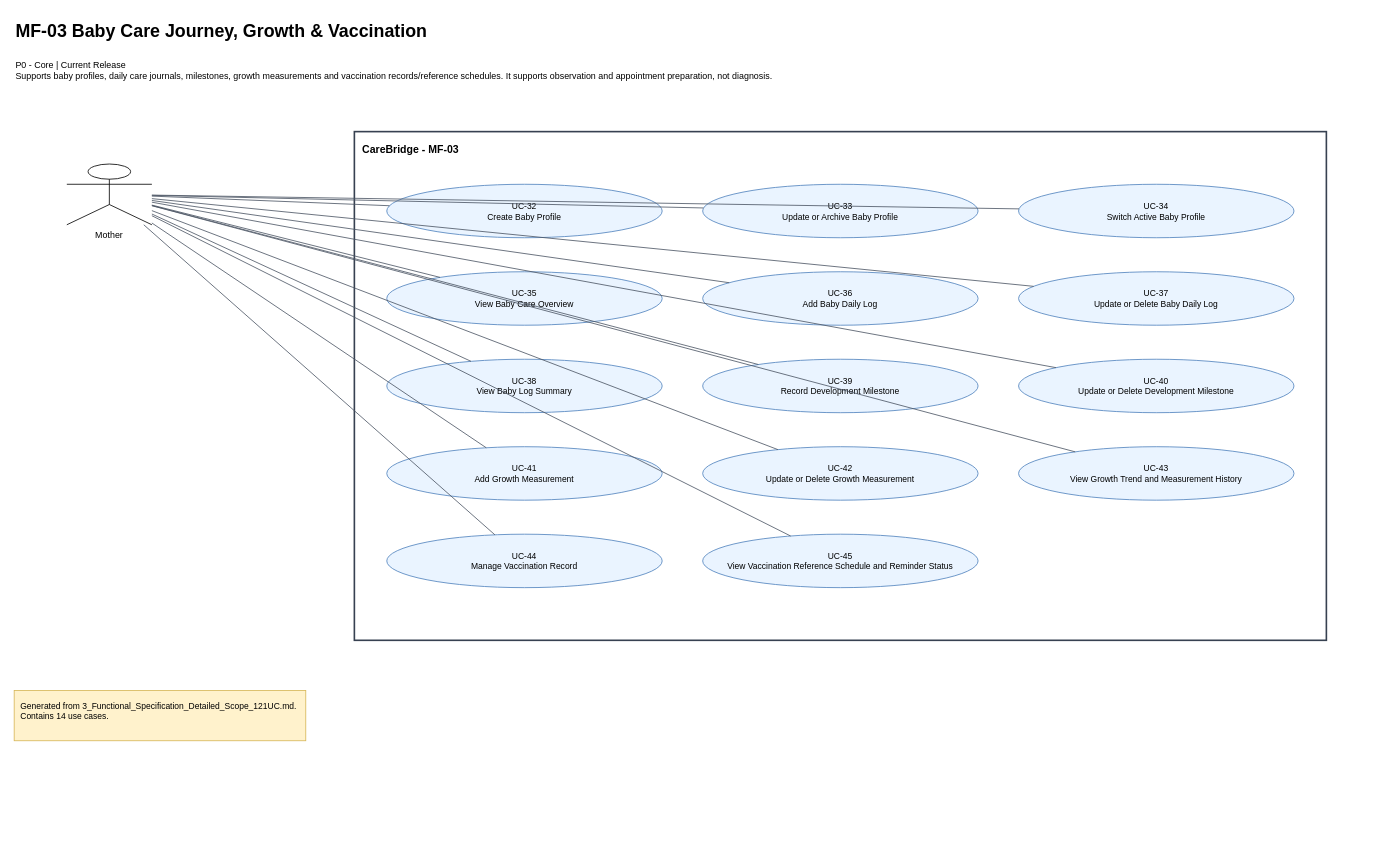
The draw.io diagram page "D-03. MF-03 Baby Care Journey, Growth & Vaccination" (3 of 14) of 02_Requirements/UseCase/CareBridge_Use_Case_Diagrams.drawio in ChuongBDHE172784/CareBridge_SEP490_G79, before the edit. Source tidied: cells renumbered, new cells numbered last; positions are measured from the earlier drawing's top-left corner, leaving out a move shared by most shapes. Both pictures are drawn from the tidied source at 81%, with x=0, y=0 at pixel (14, 14).
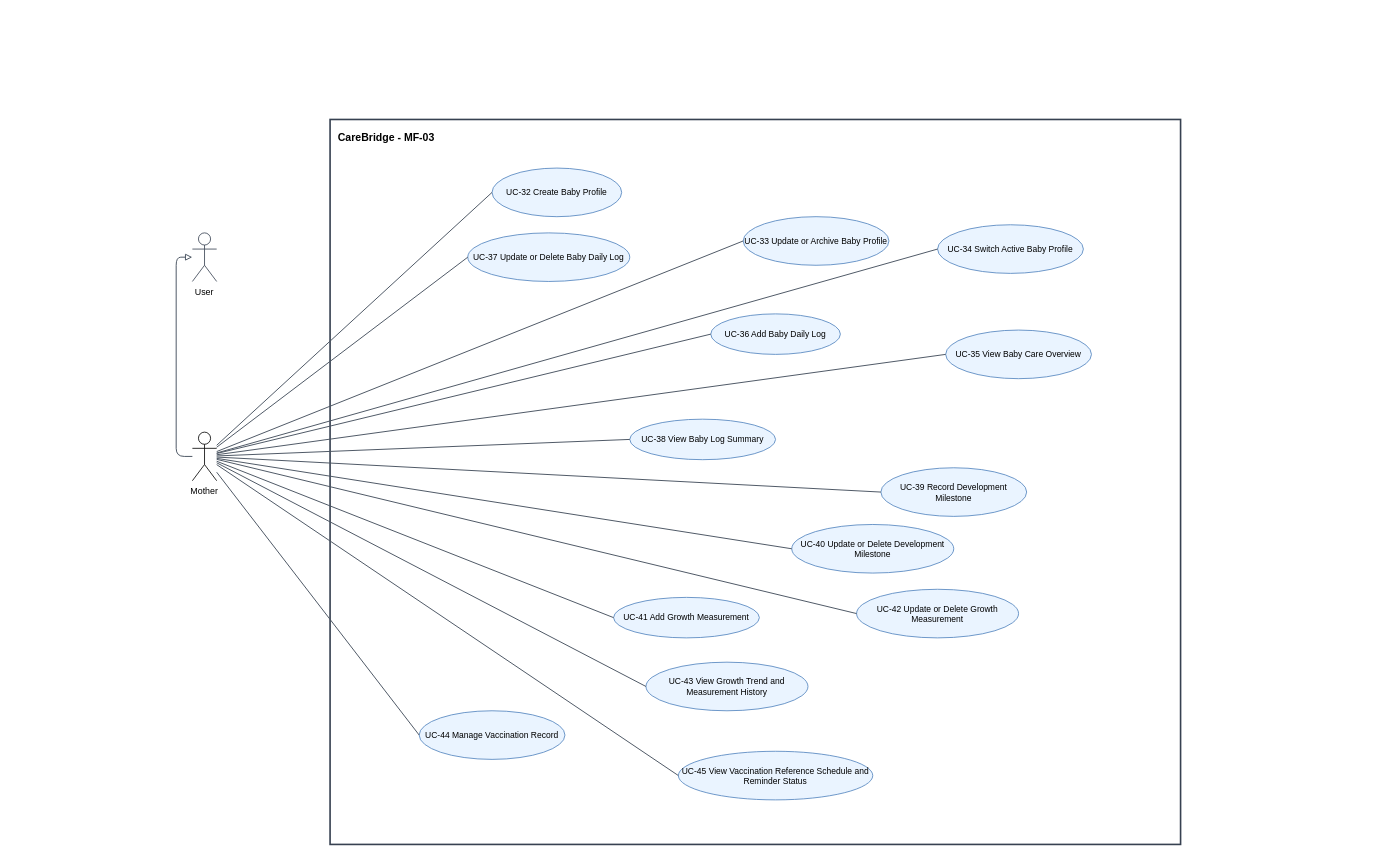
Above is the later version.

Change to the diagram source:
```diff
@@
-    <mxCell id="2" value="MF-03 Baby Care Journey, Growth &amp; Vaccination" style="text;html=1;strokeColor=none;fillColor=none;fontFamily=Arial;fontSize=22;fontStyle=1;align=left;verticalAlign=middle;" parent="1" vertex="1">
-      <mxGeometry width="1680" height="44" as="geometry" />
-    </mxCell>
-    <mxCell id="3" value="P0 - Core | Current Release&#10;Supports baby profiles, daily care journals, milestones, growth measurements and vaccination records/reference schedules. It supports observation and appointment preparation, not diagnosis." style="text;html=1;strokeColor=none;fillColor=none;fontFamily=Arial;fontSize=11;align=left;verticalAlign=top;whiteSpace=wrap;" parent="1" vertex="1">
-      <mxGeometry y="50" width="1680" height="62" as="geometry" />
-    </mxCell>
     <mxCell id="4" value="CareBridge - MF-03" style="rounded=0;whiteSpace=wrap;html=1;fillColor=none;strokeColor=#374151;strokeWidth=2;fontFamily=Arial;fontSize=13;fontStyle=1;align=left;verticalAlign=top;spacing=10;" parent="1" vertex="1">
-      <mxGeometry x="420" y="145" width="1200" height="628" as="geometry" />
+      <mxGeometry x="390" y="130" width="1050" height="895" as="geometry" />
     </mxCell>
-    <mxCell id="5" value="Generated from 3_Functional_Specification_Detailed_Scope_121UC.md. Contains 14 use cases." style="rounded=0;whiteSpace=wrap;html=1;fillColor=#FFF2CC;strokeColor=#D6B656;fontFamily=Arial;fontSize=10.5;align=left;verticalAlign=top;spacing=8;" parent="1" vertex="1">
-      <mxGeometry y="835" width="360" height="62" as="geometry" />
-    </mxCell>
-    <mxCell id="6" value="Mother" style="shape=umlActor;verticalLabelPosition=bottom;verticalAlign=top;html=1;outlineConnect=0;whiteSpace=wrap;fontFamily=Arial;fontSize=11;align=center;" parent="1" vertex="1">
-      <mxGeometry x="65" y="185" width="105" height="75" as="geometry" />
-    </mxCell>
-    <mxCell id="7" value="UC-32&#10;Create Baby Profile" style="ellipse;whiteSpace=wrap;html=1;fillColor=#EAF4FF;strokeColor=#4F81BD;strokeWidth=1;fontFamily=Arial;fontSize=10.5;align=center;verticalAlign=middle;" parent="1" vertex="1">
-      <mxGeometry x="460" y="210" width="340" height="66" as="geometry" />
+    <mxCell id="7" value="UC-32 Create Baby Profile" style="ellipse;whiteSpace=wrap;html=1;fillColor=#EAF4FF;strokeColor=#4F81BD;strokeWidth=1;fontFamily=Arial;fontSize=10.5;align=center;verticalAlign=middle;" parent="4" vertex="1">
+      <mxGeometry x="200" y="60" width="160" height="60" as="geometry" />
     </mxCell>
-    <mxCell id="8" value="UC-33&#10;Update or Archive Baby Profile" style="ellipse;whiteSpace=wrap;html=1;fillColor=#EAF4FF;strokeColor=#4F81BD;strokeWidth=1;fontFamily=Arial;fontSize=10.5;align=center;verticalAlign=middle;" parent="1" vertex="1">
-      <mxGeometry x="850" y="210" width="340" height="66" as="geometry" />
+    <mxCell id="8" value="UC-33 Update or Archive Baby Profile" style="ellipse;whiteSpace=wrap;html=1;fillColor=#EAF4FF;strokeColor=#4F81BD;strokeWidth=1;fontFamily=Arial;fontSize=10.5;align=center;verticalAlign=middle;" parent="4" vertex="1">
+      <mxGeometry x="510" y="120" width="180" height="60" as="geometry" />
     </mxCell>
-    <mxCell id="9" value="UC-34&#10;Switch Active Baby Profile" style="ellipse;whiteSpace=wrap;html=1;fillColor=#EAF4FF;strokeColor=#4F81BD;strokeWidth=1;fontFamily=Arial;fontSize=10.5;align=center;verticalAlign=middle;" parent="1" vertex="1">
-      <mxGeometry x="1240" y="210" width="340" height="66" as="geometry" />
+    <mxCell id="9" value="UC-34 Switch Active Baby Profile" style="ellipse;whiteSpace=wrap;html=1;fillColor=#EAF4FF;strokeColor=#4F81BD;strokeWidth=1;fontFamily=Arial;fontSize=10.5;align=center;verticalAlign=middle;" parent="4" vertex="1">
+      <mxGeometry x="750" y="130" width="180" height="60" as="geometry" />
     </mxCell>
-    <mxCell id="10" value="UC-35&#10;View Baby Care Overview" style="ellipse;whiteSpace=wrap;html=1;fillColor=#EAF4FF;strokeColor=#4F81BD;strokeWidth=1;fontFamily=Arial;fontSize=10.5;align=center;verticalAlign=middle;" parent="1" vertex="1">
-      <mxGeometry x="460" y="318" width="340" height="66" as="geometry" />
+    <mxCell id="10" value="UC-35 View Baby Care Overview" style="ellipse;whiteSpace=wrap;html=1;fillColor=#EAF4FF;strokeColor=#4F81BD;strokeWidth=1;fontFamily=Arial;fontSize=10.5;align=center;verticalAlign=middle;" parent="4" vertex="1">
+      <mxGeometry x="760" y="260" width="180" height="60" as="geometry" />
     </mxCell>
-    <mxCell id="11" value="UC-36&#10;Add Baby Daily Log" style="ellipse;whiteSpace=wrap;html=1;fillColor=#EAF4FF;strokeColor=#4F81BD;strokeWidth=1;fontFamily=Arial;fontSize=10.5;align=center;verticalAlign=middle;" parent="1" vertex="1">
-      <mxGeometry x="850" y="318" width="340" height="66" as="geometry" />
+    <mxCell id="11" value="UC-36 Add Baby Daily Log" style="ellipse;whiteSpace=wrap;html=1;fillColor=#EAF4FF;strokeColor=#4F81BD;strokeWidth=1;fontFamily=Arial;fontSize=10.5;align=center;verticalAlign=middle;" parent="4" vertex="1">
+      <mxGeometry x="470" y="240" width="160" height="50" as="geometry" />
     </mxCell>
-    <mxCell id="12" value="UC-37&#10;Update or Delete Baby Daily Log" style="ellipse;whiteSpace=wrap;html=1;fillColor=#EAF4FF;strokeColor=#4F81BD;strokeWidth=1;fontFamily=Arial;fontSize=10.5;align=center;verticalAlign=middle;" parent="1" vertex="1">
-      <mxGeometry x="1240" y="318" width="340" height="66" as="geometry" />
+    <mxCell id="12" value="UC-37 Update or Delete Baby Daily Log" style="ellipse;whiteSpace=wrap;html=1;fillColor=#EAF4FF;strokeColor=#4F81BD;strokeWidth=1;fontFamily=Arial;fontSize=10.5;align=center;verticalAlign=middle;" parent="4" vertex="1">
+      <mxGeometry x="170" y="140" width="200" height="60" as="geometry" />
     </mxCell>
-    <mxCell id="13" value="UC-38&#10;View Baby Log Summary" style="ellipse;whiteSpace=wrap;html=1;fillColor=#EAF4FF;strokeColor=#4F81BD;strokeWidth=1;fontFamily=Arial;fontSize=10.5;align=center;verticalAlign=middle;" parent="1" vertex="1">
-      <mxGeometry x="460" y="426" width="340" height="66" as="geometry" />
+    <mxCell id="13" value="UC-38 View Baby Log Summary" style="ellipse;whiteSpace=wrap;html=1;fillColor=#EAF4FF;strokeColor=#4F81BD;strokeWidth=1;fontFamily=Arial;fontSize=10.5;align=center;verticalAlign=middle;" parent="4" vertex="1">
+      <mxGeometry x="370" y="370" width="180" height="50" as="geometry" />
     </mxCell>
-    <mxCell id="14" value="UC-39&#10;Record Development Milestone" style="ellipse;whiteSpace=wrap;html=1;fillColor=#EAF4FF;strokeColor=#4F81BD;strokeWidth=1;fontFamily=Arial;fontSize=10.5;align=center;verticalAlign=middle;" parent="1" vertex="1">
-      <mxGeometry x="850" y="426" width="340" height="66" as="geometry" />
+    <mxCell id="14" value="UC-39 Record Development Milestone" style="ellipse;whiteSpace=wrap;html=1;fillColor=#EAF4FF;strokeColor=#4F81BD;strokeWidth=1;fontFamily=Arial;fontSize=10.5;align=center;verticalAlign=middle;" parent="4" vertex="1">
+      <mxGeometry x="680" y="430" width="180" height="60" as="geometry" />
     </mxCell>
-    <mxCell id="15" value="UC-40&#10;Update or Delete Development Milestone" style="ellipse;whiteSpace=wrap;html=1;fillColor=#EAF4FF;strokeColor=#4F81BD;strokeWidth=1;fontFamily=Arial;fontSize=10.5;align=center;verticalAlign=middle;" parent="1" vertex="1">
-      <mxGeometry x="1240" y="426" width="340" height="66" as="geometry" />
+    <mxCell id="15" value="UC-40 Update or Delete Development Milestone" style="ellipse;whiteSpace=wrap;html=1;fillColor=#EAF4FF;strokeColor=#4F81BD;strokeWidth=1;fontFamily=Arial;fontSize=10.5;align=center;verticalAlign=middle;" parent="4" vertex="1">
+      <mxGeometry x="570" y="500" width="200" height="60" as="geometry" />
     </mxCell>
-    <mxCell id="16" value="UC-41&#10;Add Growth Measurement" style="ellipse;whiteSpace=wrap;html=1;fillColor=#EAF4FF;strokeColor=#4F81BD;strokeWidth=1;fontFamily=Arial;fontSize=10.5;align=center;verticalAlign=middle;" parent="1" vertex="1">
-      <mxGeometry x="460" y="534" width="340" height="66" as="geometry" />
+    <mxCell id="16" value="UC-41 Add Growth Measurement" style="ellipse;whiteSpace=wrap;html=1;fillColor=#EAF4FF;strokeColor=#4F81BD;strokeWidth=1;fontFamily=Arial;fontSize=10.5;align=center;verticalAlign=middle;" parent="4" vertex="1">
+      <mxGeometry x="350" y="590" width="180" height="50" as="geometry" />
     </mxCell>
-    <mxCell id="17" value="UC-42&#10;Update or Delete Growth Measurement" style="ellipse;whiteSpace=wrap;html=1;fillColor=#EAF4FF;strokeColor=#4F81BD;strokeWidth=1;fontFamily=Arial;fontSize=10.5;align=center;verticalAlign=middle;" parent="1" vertex="1">
-      <mxGeometry x="850" y="534" width="340" height="66" as="geometry" />
+    <mxCell id="17" value="UC-42 Update or Delete Growth Measurement" style="ellipse;whiteSpace=wrap;html=1;fillColor=#EAF4FF;strokeColor=#4F81BD;strokeWidth=1;fontFamily=Arial;fontSize=10.5;align=center;verticalAlign=middle;" parent="4" vertex="1">
+      <mxGeometry x="650" y="580" width="200" height="60" as="geometry" />
     </mxCell>
-    <mxCell id="18" value="UC-43&#10;View Growth Trend and Measurement History" style="ellipse;whiteSpace=wrap;html=1;fillColor=#EAF4FF;strokeColor=#4F81BD;strokeWidth=1;fontFamily=Arial;fontSize=10.5;align=center;verticalAlign=middle;" parent="1" vertex="1">
-      <mxGeometry x="1240" y="534" width="340" height="66" as="geometry" />
+    <mxCell id="18" value="UC-43 View Growth Trend and Measurement History" style="ellipse;whiteSpace=wrap;html=1;fillColor=#EAF4FF;strokeColor=#4F81BD;strokeWidth=1;fontFamily=Arial;fontSize=10.5;align=center;verticalAlign=middle;" parent="4" vertex="1">
+      <mxGeometry x="390" y="670" width="200" height="60" as="geometry" />
     </mxCell>
-    <mxCell id="19" value="UC-44&#10;Manage Vaccination Record" style="ellipse;whiteSpace=wrap;html=1;fillColor=#EAF4FF;strokeColor=#4F81BD;strokeWidth=1;fontFamily=Arial;fontSize=10.5;align=center;verticalAlign=middle;" parent="1" vertex="1">
-      <mxGeometry x="460" y="642" width="340" height="66" as="geometry" />
+    <mxCell id="19" value="UC-44 Manage Vaccination Record" style="ellipse;whiteSpace=wrap;html=1;fillColor=#EAF4FF;strokeColor=#4F81BD;strokeWidth=1;fontFamily=Arial;fontSize=10.5;align=center;verticalAlign=middle;" parent="4" vertex="1">
+      <mxGeometry x="110" y="730" width="180" height="60" as="geometry" />
     </mxCell>
-    <mxCell id="20" value="UC-45&#10;View Vaccination Reference Schedule and Reminder Status" style="ellipse;whiteSpace=wrap;html=1;fillColor=#EAF4FF;strokeColor=#4F81BD;strokeWidth=1;fontFamily=Arial;fontSize=10.5;align=center;verticalAlign=middle;" parent="1" vertex="1">
-      <mxGeometry x="850" y="642" width="340" height="66" as="geometry" />
+    <mxCell id="20" value="UC-45 View Vaccination Reference Schedule and Reminder Status" style="ellipse;whiteSpace=wrap;html=1;fillColor=#EAF4FF;strokeColor=#4F81BD;strokeWidth=1;fontFamily=Arial;fontSize=10.5;align=center;verticalAlign=middle;" parent="4" vertex="1">
+      <mxGeometry x="430" y="780" width="240" height="60" as="geometry" />
     </mxCell>
+    <mxCell id="6" value="Mother" style="shape=umlActor;verticalLabelPosition=bottom;verticalAlign=top;html=1;outlineConnect=0;whiteSpace=wrap;fontFamily=Arial;fontSize=11;align=center;" parent="1" vertex="1">
+      <mxGeometry x="220" y="516" width="30" height="60" as="geometry" />
+    </mxCell>
-    <mxCell id="21" style="endArrow=none;html=1;rounded=0;strokeColor=#4B5563;fontFamily=Arial;fontSize=9;" parent="1" edge="1" source="6" target="7">
+    <mxCell id="21" style="endArrow=none;html=1;rounded=0;strokeColor=#4B5563;fontFamily=Arial;fontSize=9;entryX=0;strokeWidth=1.2;edgeStyle=none;jettySize=auto;entryDy=0;entryY=0.5;entryDx=0;" parent="1" edge="1" source="6" target="7">
       <mxGeometry relative="1" as="geometry" />
     </mxCell>
-    <mxCell id="22" style="endArrow=none;html=1;rounded=0;strokeColor=#4B5563;fontFamily=Arial;fontSize=9;" parent="1" edge="1" source="6" target="8">
+    <mxCell id="22" style="endArrow=none;html=1;rounded=0;strokeColor=#4B5563;fontFamily=Arial;fontSize=9;entryX=0;strokeWidth=1.2;edgeStyle=none;jettySize=auto;entryDy=0;entryY=0.5;entryDx=0;" parent="1" edge="1" source="6" target="8">
       <mxGeometry relative="1" as="geometry" />
     </mxCell>
-    <mxCell id="23" style="endArrow=none;html=1;rounded=0;strokeColor=#4B5563;fontFamily=Arial;fontSize=9;" parent="1" edge="1" source="6" target="9">
+    <mxCell id="23" style="endArrow=none;html=1;rounded=0;strokeColor=#4B5563;fontFamily=Arial;fontSize=9;entryX=0;strokeWidth=1.2;edgeStyle=none;jettySize=auto;entryDy=0;entryY=0.5;entryDx=0;" parent="1" edge="1" source="6" target="9">
       <mxGeometry relative="1" as="geometry" />
     </mxCell>
-    <mxCell id="24" style="endArrow=none;html=1;rounded=0;strokeColor=#4B5563;fontFamily=Arial;fontSize=9;" parent="1" edge="1" source="6" target="10">
+    <mxCell id="24" style="endArrow=none;html=1;rounded=0;strokeColor=#4B5563;fontFamily=Arial;fontSize=9;entryX=0;strokeWidth=1.2;edgeStyle=none;jettySize=auto;entryDy=0;entryY=0.5;entryDx=0;" parent="1" edge="1" source="6" target="10">
       <mxGeometry relative="1" as="geometry" />
     </mxCell>
-    <mxCell id="25" style="endArrow=none;html=1;rounded=0;strokeColor=#4B5563;fontFamily=Arial;fontSize=9;" parent="1" edge="1" source="6" target="11">
+    <mxCell id="25" style="endArrow=none;html=1;rounded=0;strokeColor=#4B5563;fontFamily=Arial;fontSize=9;entryX=0;strokeWidth=1.2;edgeStyle=none;jettySize=auto;entryDy=0;entryY=0.5;entryDx=0;" parent="1" edge="1" source="6" target="11">
       <mxGeometry relative="1" as="geometry" />
     </mxCell>
-    <mxCell id="26" style="endArrow=none;html=1;rounded=0;strokeColor=#4B5563;fontFamily=Arial;fontSize=9;" parent="1" edge="1" source="6" target="12">
+    <mxCell id="26" style="endArrow=none;html=1;rounded=0;strokeColor=#4B5563;fontFamily=Arial;fontSize=9;entryX=0;strokeWidth=1.2;edgeStyle=none;jettySize=auto;entryDy=0;entryY=0.5;entryDx=0;" parent="1" edge="1" source="6" target="12">
       <mxGeometry relative="1" as="geometry" />
     </mxCell>
-    <mxCell id="27" style="endArrow=none;html=1;rounded=0;strokeColor=#4B5563;fontFamily=Arial;fontSize=9;" parent="1" edge="1" source="6" target="13">
+    <mxCell id="27" style="endArrow=none;html=1;rounded=0;strokeColor=#4B5563;fontFamily=Arial;fontSize=9;entryX=0;strokeWidth=1.2;edgeStyle=none;jettySize=auto;entryDy=0;entryY=0.5;entryDx=0;" parent="1" edge="1" source="6" target="13">
       <mxGeometry relative="1" as="geometry" />
     </mxCell>
-    <mxCell id="28" style="endArrow=none;html=1;rounded=0;strokeColor=#4B5563;fontFamily=Arial;fontSize=9;" parent="1" edge="1" source="6" target="14">
+    <mxCell id="28" style="endArrow=none;html=1;rounded=0;strokeColor=#4B5563;fontFamily=Arial;fontSize=9;entryX=0;strokeWidth=1.2;edgeStyle=none;jettySize=auto;entryDy=0;entryY=0.5;entryDx=0;" parent="1" edge="1" source="6" target="14">
       <mxGeometry relative="1" as="geometry" />
     </mxCell>
-    <mxCell id="29" style="endArrow=none;html=1;rounded=0;strokeColor=#4B5563;fontFamily=Arial;fontSize=9;" parent="1" edge="1" source="6" target="15">
+    <mxCell id="29" style="endArrow=none;html=1;rounded=0;strokeColor=#4B5563;fontFamily=Arial;fontSize=9;entryX=0;strokeWidth=1.2;edgeStyle=none;jettySize=auto;entryDy=0;entryY=0.5;entryDx=0;" parent="1" edge="1" source="6" target="15">
       <mxGeometry relative="1" as="geometry" />
     </mxCell>
-    <mxCell id="30" style="endArrow=none;html=1;rounded=0;strokeColor=#4B5563;fontFamily=Arial;fontSize=9;" parent="1" edge="1" source="6" target="16">
+    <mxCell id="30" style="endArrow=none;html=1;rounded=0;strokeColor=#4B5563;fontFamily=Arial;fontSize=9;entryX=0;strokeWidth=1.2;edgeStyle=none;jettySize=auto;entryDy=0;entryY=0.5;entryDx=0;" parent="1" edge="1" source="6" target="16">
       <mxGeometry relative="1" as="geometry" />
     </mxCell>
-    <mxCell id="31" style="endArrow=none;html=1;rounded=0;strokeColor=#4B5563;fontFamily=Arial;fontSize=9;" parent="1" edge="1" source="6" target="17">
+    <mxCell id="31" style="endArrow=none;html=1;rounded=0;strokeColor=#4B5563;fontFamily=Arial;fontSize=9;entryX=0;strokeWidth=1.2;edgeStyle=none;jettySize=auto;entryDy=0;entryY=0.5;entryDx=0;" parent="1" edge="1" source="6" target="17">
       <mxGeometry relative="1" as="geometry" />
     </mxCell>
-    <mxCell id="32" style="endArrow=none;html=1;rounded=0;strokeColor=#4B5563;fontFamily=Arial;fontSize=9;" parent="1" edge="1" source="6" target="18">
+    <mxCell id="32" style="endArrow=none;html=1;rounded=0;strokeColor=#4B5563;fontFamily=Arial;fontSize=9;entryX=0;strokeWidth=1.2;edgeStyle=none;jettySize=auto;entryDy=0;entryY=0.5;entryDx=0;" parent="1" edge="1" source="6" target="18">
       <mxGeometry relative="1" as="geometry" />
     </mxCell>
-    <mxCell id="33" style="endArrow=none;html=1;rounded=0;strokeColor=#4B5563;fontFamily=Arial;fontSize=9;" parent="1" edge="1" source="6" target="19">
+    <mxCell id="33" style="endArrow=none;html=1;rounded=0;strokeColor=#4B5563;fontFamily=Arial;fontSize=9;entryX=0;strokeWidth=1.2;edgeStyle=none;jettySize=auto;entryDy=0;entryY=0.5;entryDx=0;" parent="1" edge="1" source="6" target="19">
       <mxGeometry relative="1" as="geometry" />
     </mxCell>
-    <mxCell id="34" style="endArrow=none;html=1;rounded=0;strokeColor=#4B5563;fontFamily=Arial;fontSize=9;" parent="1" edge="1" source="6" target="20">
+    <mxCell id="34" style="endArrow=none;html=1;rounded=0;strokeColor=#4B5563;fontFamily=Arial;fontSize=9;entryX=0;strokeWidth=1.2;edgeStyle=none;jettySize=auto;entryDy=0;entryY=0.5;entryDx=0;" parent="1" edge="1" source="6" target="20">
       <mxGeometry relative="1" as="geometry" />
     </mxCell>
+    <mxCell id="35" value="User" style="shape=umlActor;verticalLabelPosition=bottom;verticalAlign=top;html=1;outlineConnect=0;whiteSpace=wrap;fontFamily=Arial;fontSize=11;align=center;strokeColor=#374151;fillColor=#FFFFFF;" parent="1" vertex="1">
+      <mxGeometry x="220" y="270" width="30" height="60" as="geometry" />
+    </mxCell>
+    <mxCell id="36" style="edgeStyle=orthogonalEdgeStyle;rounded=1;jettySize=auto;html=1;endArrow=block;endFill=0;strokeColor=#4B5563;strokeWidth=1.2;exitDy=0;exitDx=0;entryDx=0;entryY=0.5;exitX=0;exitY=0.5;entryDy=0;entryX=0;" parent="1" edge="1" source="6" target="35">
+      <mxGeometry relative="1" as="geometry" />
+    </mxCell>
```
